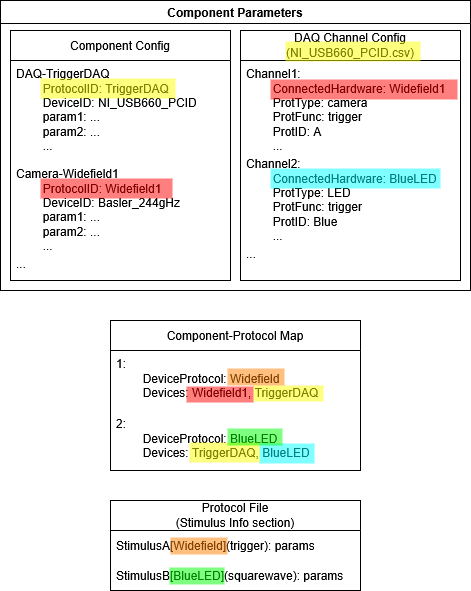
Above: .wiki_resources/diagrams/config_struct.png in DavidLucha/StimControl (draw.io), before the change. Source tidied: cells renumbered, new cells last; positions are measured from the earlier drawing's top-left corner, leaving out a move shared by most shapes. Its diagram source:
```xml
<mxGraphModel>
  <root>
    <mxCell id="0" />
    <mxCell id="1" parent="0" />
    <mxCell id="2" value="Component-Protocol Map" style="swimlane;fontStyle=0;horizontal=1;startSize=30;whiteSpace=wrap;html=1;" parent="1" vertex="1">
      <mxGeometry x="110" y="320" width="250" height="150" as="geometry" />
    </mxCell>
    <mxCell id="3" value="&lt;div&gt;1:&amp;nbsp;&lt;/div&gt;&lt;div&gt;&lt;span style=&quot;white-space: pre;&quot;&gt;&#9;&lt;/span&gt;DeviceProtocol: Widefield&lt;br&gt;&lt;span style=&quot;white-space: pre;&quot;&gt;&#9;&lt;/span&gt;Devices: Widefield1, TriggerDAQ&lt;/div&gt;" style="text;strokeColor=none;fillColor=none;align=left;verticalAlign=top;spacingLeft=4;spacingRight=4;overflow=hidden;whiteSpace=wrap;html=1;" parent="2" vertex="1">
      <mxGeometry y="30" width="250" height="60" as="geometry" />
    </mxCell>
    <mxCell id="4" value="&lt;div&gt;2:&amp;nbsp;&lt;/div&gt;&lt;div&gt;&lt;span style=&quot;white-space: pre;&quot;&gt;&#9;&lt;/span&gt;DeviceProtocol: BlueLED&lt;br&gt;&lt;span style=&quot;white-space: pre;&quot;&gt;&#9;&lt;/span&gt;Devices: TriggerDAQ, BlueLED&lt;/div&gt;" style="text;strokeColor=none;fillColor=none;align=left;verticalAlign=top;spacingLeft=4;spacingRight=4;overflow=hidden;whiteSpace=wrap;html=1;" parent="2" vertex="1">
      <mxGeometry y="90" width="250" height="60" as="geometry" />
    </mxCell>
    <mxCell id="5" value="Component Parameters" style="swimlane;whiteSpace=wrap;html=1;" parent="1" vertex="1">
      <mxGeometry width="470" height="290" as="geometry" />
    </mxCell>
    <mxCell id="6" value="&lt;div&gt;DAQ Channel Config&lt;/div&gt;&lt;div&gt;(NI_USB660_PCID.csv)&lt;/div&gt;" style="swimlane;fontStyle=0;horizontal=1;startSize=30;whiteSpace=wrap;html=1;" parent="5" vertex="1">
      <mxGeometry x="240" y="30" width="220" height="250" as="geometry" />
    </mxCell>
    <mxCell id="7" value="&lt;div&gt;Channel1:&amp;nbsp;&lt;/div&gt;&lt;div&gt;&lt;span style=&quot;white-space: pre;&quot;&gt;&#9;ConnectedHardware: Widefield1&lt;/span&gt;&lt;/div&gt;&lt;div&gt;&lt;span style=&quot;white-space: pre;&quot;&gt;&lt;span style=&quot;white-space: pre;&quot;&gt;&#9;ProtType: camera&lt;/span&gt;&lt;/span&gt;&lt;/div&gt;&lt;div&gt;&lt;span style=&quot;white-space: pre;&quot;&gt;&lt;span style=&quot;white-space: pre;&quot;&gt;&lt;span style=&quot;white-space: pre;&quot;&gt;&#9;&lt;/span&gt;ProtFunc: trigger&lt;/span&gt;&lt;/span&gt;&lt;/div&gt;&lt;div&gt;&lt;span style=&quot;white-space: pre;&quot;&gt;&lt;span style=&quot;white-space: pre;&quot;&gt;&lt;span style=&quot;white-space: pre;&quot;&gt;&#9;&lt;/span&gt;ProtID: A&lt;/span&gt;&lt;/span&gt;&lt;/div&gt;&lt;div&gt;&lt;span style=&quot;white-space: pre;&quot;&gt;&lt;span style=&quot;white-space: pre;&quot;&gt;&lt;span style=&quot;white-space: pre;&quot;&gt;&#9;...&lt;/span&gt;&lt;/span&gt;&lt;/span&gt;&lt;/div&gt;" style="text;strokeColor=none;fillColor=none;align=left;verticalAlign=top;spacingLeft=4;spacingRight=4;overflow=hidden;whiteSpace=wrap;html=1;" parent="6" vertex="1">
      <mxGeometry y="30" width="220" height="90" as="geometry" />
    </mxCell>
    <mxCell id="8" value="&lt;div&gt;Channel2:&amp;nbsp;&lt;/div&gt;&lt;div&gt;&lt;span style=&quot;white-space: pre;&quot;&gt;&#9;&lt;/span&gt;ConnectedHardware: BlueLED&lt;div&gt;&lt;span style=&quot;white-space: pre;&quot;&gt;&lt;span style=&quot;white-space: pre;&quot;&gt;&#9;ProtType: LED&lt;/span&gt;&lt;/span&gt;&lt;/div&gt;&lt;div&gt;&lt;span style=&quot;white-space: pre;&quot;&gt;&lt;span style=&quot;white-space: pre;&quot;&gt;&lt;span style=&quot;white-space: pre;&quot;&gt;&#9;&lt;/span&gt;ProtFunc: trigger&lt;/span&gt;&lt;/span&gt;&lt;/div&gt;&lt;div&gt;&lt;span style=&quot;white-space: pre;&quot;&gt;&lt;span style=&quot;white-space: pre;&quot;&gt;&lt;span style=&quot;white-space: pre;&quot;&gt;&#9;&lt;/span&gt;ProtID: Blue&lt;/span&gt;&lt;/span&gt;&lt;/div&gt;&lt;div&gt;&lt;span style=&quot;white-space: pre;&quot;&gt;&lt;span style=&quot;white-space: pre;&quot;&gt;&lt;span style=&quot;white-space: pre;&quot;&gt;&#9;&lt;/span&gt;...&lt;/span&gt;&lt;/span&gt;&lt;/div&gt;&lt;/div&gt;&lt;div&gt;&lt;br&gt;&lt;br&gt;&lt;/div&gt;" style="text;strokeColor=none;fillColor=none;align=left;verticalAlign=top;spacingLeft=4;spacingRight=4;overflow=hidden;whiteSpace=wrap;html=1;" parent="6" vertex="1">
      <mxGeometry y="120" width="220" height="90" as="geometry" />
    </mxCell>
    <mxCell id="9" value="&lt;div&gt;...&lt;/div&gt;&lt;div&gt;&lt;br&gt;&lt;/div&gt;" style="text;strokeColor=none;fillColor=none;align=left;verticalAlign=top;spacingLeft=4;spacingRight=4;overflow=hidden;whiteSpace=wrap;html=1;" parent="6" vertex="1">
      <mxGeometry y="210" width="220" height="40" as="geometry" />
    </mxCell>
    <mxCell id="10" value="Component Config" style="swimlane;fontStyle=0;horizontal=1;startSize=30;whiteSpace=wrap;html=1;" parent="5" vertex="1">
      <mxGeometry x="10" y="30" width="220" height="250" as="geometry" />
    </mxCell>
    <mxCell id="11" value="&lt;div&gt;DAQ-TriggerDAQ&lt;/div&gt;&lt;div&gt;&lt;span style=&quot;white-space: pre;&quot;&gt;&#9;&lt;/span&gt;ProtocolID: TriggerDAQ&lt;/div&gt;&lt;div&gt;&lt;span style=&quot;white-space: pre;&quot;&gt;&#9;&lt;/span&gt;DeviceID: NI_USB660_PCID&lt;/div&gt;&lt;div&gt;&lt;span style=&quot;white-space: pre;&quot;&gt;&#9;param1: ...&lt;/span&gt;&lt;/div&gt;&lt;div&gt;&lt;span style=&quot;white-space: pre;&quot;&gt;&#9;&lt;/span&gt;param2: ...&lt;/div&gt;&lt;div&gt;&lt;span style=&quot;white-space: pre;&quot;&gt;&#9;&lt;/span&gt;...&lt;/div&gt;" style="text;strokeColor=none;fillColor=none;align=left;verticalAlign=top;spacingLeft=4;spacingRight=4;overflow=hidden;whiteSpace=wrap;html=1;" parent="10" vertex="1">
      <mxGeometry y="30" width="220" height="100" as="geometry" />
    </mxCell>
    <mxCell id="12" value="Camera-Widefield1&lt;div&gt;&lt;span style=&quot;white-space: pre;&quot;&gt;&#9;&lt;/span&gt;ProtocolID: Widefield1&lt;/div&gt;&lt;div&gt;&lt;span style=&quot;white-space: pre;&quot;&gt;&#9;&lt;/span&gt;DeviceID: Basler_244gHz&lt;div&gt;&lt;span style=&quot;white-space: pre;&quot;&gt;&#9;param1: ...&lt;/span&gt;&lt;/div&gt;&lt;div&gt;&lt;span style=&quot;white-space: pre;&quot;&gt;&#9;&lt;/span&gt;param2: ...&lt;/div&gt;&lt;div&gt;&lt;span style=&quot;white-space: pre;&quot;&gt;&#9;&lt;/span&gt;...&lt;/div&gt;&lt;/div&gt;" style="text;strokeColor=none;fillColor=none;align=left;verticalAlign=top;spacingLeft=4;spacingRight=4;overflow=hidden;whiteSpace=wrap;html=1;" parent="10" vertex="1">
      <mxGeometry y="130" width="220" height="90" as="geometry" />
    </mxCell>
    <mxCell id="13" value="&lt;div&gt;...&lt;/div&gt;&lt;div&gt;&lt;br&gt;&lt;/div&gt;" style="text;strokeColor=none;fillColor=none;align=left;verticalAlign=top;spacingLeft=4;spacingRight=4;overflow=hidden;whiteSpace=wrap;html=1;" parent="10" vertex="1">
      <mxGeometry y="220" width="220" height="30" as="geometry" />
    </mxCell>
    <mxCell id="14" value="&lt;div&gt;Protocol File&lt;/div&gt;&lt;div&gt;(Stimulus Info section)&lt;/div&gt;" style="swimlane;fontStyle=0;horizontal=1;startSize=30;whiteSpace=wrap;html=1;" parent="1" vertex="1">
      <mxGeometry x="110" y="500" width="250" height="90" as="geometry" />
    </mxCell>
    <mxCell id="15" value="StimulusA[Widefield](trigger): params" style="text;strokeColor=none;fillColor=none;align=left;verticalAlign=middle;spacingLeft=4;spacingRight=4;overflow=hidden;whiteSpace=wrap;html=1;" parent="14" vertex="1">
      <mxGeometry y="30" width="250" height="30" as="geometry" />
    </mxCell>
    <mxCell id="16" value="StimulusB[BlueLED](squarewave): params" style="text;strokeColor=none;fillColor=none;align=left;verticalAlign=middle;spacingLeft=4;spacingRight=4;overflow=hidden;whiteSpace=wrap;html=1;" parent="14" vertex="1">
      <mxGeometry y="60" width="250" height="30" as="geometry" />
    </mxCell>
    <mxCell id="17" style="rounded=0;whiteSpace=wrap;html=1;fillColor=light-dark(#ffff00, #543300);strokeColor=none;strokeWidth=3;opacity=50;" parent="1" vertex="1">
      <mxGeometry x="40" y="78" width="135" height="20" as="geometry" />
    </mxCell>
    <mxCell id="18" style="rounded=0;whiteSpace=wrap;html=1;fillColor=light-dark(#ffff00, #543300);strokeColor=none;strokeWidth=1;opacity=50;" parent="1" vertex="1">
      <mxGeometry x="253" y="385" width="70" height="16" as="geometry" />
    </mxCell>
    <mxCell id="19" style="rounded=0;whiteSpace=wrap;html=1;fillColor=light-dark(#ffff00, #543300);strokeColor=none;strokeWidth=1;opacity=50;" parent="1" vertex="1">
      <mxGeometry x="285" y="41" width="135" height="20" as="geometry" />
    </mxCell>
    <mxCell id="20" style="rounded=0;whiteSpace=wrap;html=1;fillColor=light-dark(#ff0000, #3a756b);strokeColor=none;strokeWidth=3;opacity=50;" parent="1" vertex="1">
      <mxGeometry x="40" y="178" width="132" height="20" as="geometry" />
    </mxCell>
    <mxCell id="21" style="rounded=0;whiteSpace=wrap;html=1;fillColor=light-dark(#ff0000, #3a756b);strokeColor=none;strokeWidth=3;opacity=50;" parent="1" vertex="1">
      <mxGeometry x="270" y="79" width="187" height="20" as="geometry" />
    </mxCell>
    <mxCell id="22" style="rounded=0;whiteSpace=wrap;html=1;fillColor=light-dark(#00ffff, #543300);strokeColor=none;strokeWidth=1;opacity=50;" parent="1" vertex="1">
      <mxGeometry x="270" y="168" width="170" height="20" as="geometry" />
    </mxCell>
    <mxCell id="23" style="rounded=0;whiteSpace=wrap;html=1;fillColor=light-dark(#ff8000, #543300);strokeColor=none;strokeWidth=1;opacity=50;" parent="1" vertex="1">
      <mxGeometry x="227" y="368" width="57" height="17" as="geometry" />
    </mxCell>
    <mxCell id="24" style="rounded=0;whiteSpace=wrap;html=1;fillColor=light-dark(#ff0000, #543300);strokeColor=none;strokeWidth=1;opacity=50;" parent="1" vertex="1">
      <mxGeometry x="186" y="386" width="67" height="16" as="geometry" />
    </mxCell>
    <mxCell id="25" style="rounded=0;whiteSpace=wrap;html=1;fillColor=light-dark(#00ffff, #543300);strokeColor=none;strokeWidth=1;opacity=50;" parent="1" vertex="1">
      <mxGeometry x="259" y="443" width="55" height="20" as="geometry" />
    </mxCell>
    <mxCell id="26" style="rounded=0;whiteSpace=wrap;html=1;fillColor=light-dark(#ffff00, #543300);strokeColor=none;strokeWidth=3;opacity=50;" parent="1" vertex="1">
      <mxGeometry x="189" y="442" width="70" height="20" as="geometry" />
    </mxCell>
    <mxCell id="27" style="rounded=0;whiteSpace=wrap;html=1;fillColor=light-dark(#ff8000, #543300);strokeColor=none;strokeWidth=1;opacity=50;" parent="1" vertex="1">
      <mxGeometry x="170" y="537" width="57" height="17" as="geometry" />
    </mxCell>
    <mxCell id="28" style="rounded=0;whiteSpace=wrap;html=1;fillColor=light-dark(#00ff00, #543300);strokeColor=none;strokeWidth=1;opacity=50;" parent="1" vertex="1">
      <mxGeometry x="227" y="428" width="55" height="17" as="geometry" />
    </mxCell>
    <mxCell id="29" style="rounded=0;whiteSpace=wrap;html=1;fillColor=light-dark(#00ff00, #543300);strokeColor=none;strokeWidth=1;opacity=50;" parent="1" vertex="1">
      <mxGeometry x="169" y="567" width="55" height="17" as="geometry" />
    </mxCell>
  </root>
</mxGraphModel>
```
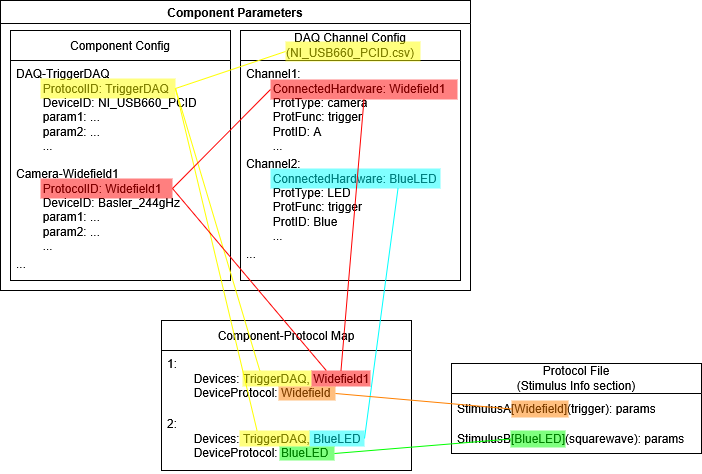
After the change.

Commit message:
Update config data structs, begin implementing classes for modular trial generation

What changed in the source:
```diff
@@ -3,16 +3,16 @@
     <mxCell id="0" />
     <mxCell id="1" parent="0" />
     <mxCell id="2" value="Component-Protocol Map" style="swimlane;fontStyle=0;horizontal=1;startSize=30;whiteSpace=wrap;html=1;" parent="1" vertex="1">
-      <mxGeometry x="110" y="320" width="250" height="150" as="geometry" />
+      <mxGeometry x="150" y="90" width="250" height="150" as="geometry" />
     </mxCell>
-    <mxCell id="3" value="&lt;div&gt;1:&amp;nbsp;&lt;/div&gt;&lt;div&gt;&lt;span style=&quot;white-space: pre;&quot;&gt;&#9;&lt;/span&gt;DeviceProtocol: Widefield&lt;br&gt;&lt;span style=&quot;white-space: pre;&quot;&gt;&#9;&lt;/span&gt;Devices: Widefield1, TriggerDAQ&lt;/div&gt;" style="text;strokeColor=none;fillColor=none;align=left;verticalAlign=top;spacingLeft=4;spacingRight=4;overflow=hidden;whiteSpace=wrap;html=1;" parent="2" vertex="1">
+    <mxCell id="3" value="&lt;div&gt;1:&amp;nbsp;&lt;br&gt;&lt;span style=&quot;white-space: pre;&quot;&gt;&#9;&lt;/span&gt;Devices: TriggerDAQ, Widefield1&lt;/div&gt;&lt;div&gt;&lt;span style=&quot;white-space: pre;&quot;&gt;&#9;&lt;/span&gt;&lt;span style=&quot;white-space: pre;&quot;&gt;&lt;/span&gt;DeviceProtocol: Widefield&lt;/div&gt;" style="text;strokeColor=none;fillColor=none;align=left;verticalAlign=top;spacingLeft=4;spacingRight=4;overflow=hidden;whiteSpace=wrap;html=1;" parent="2" vertex="1">
       <mxGeometry y="30" width="250" height="60" as="geometry" />
     </mxCell>
-    <mxCell id="4" value="&lt;div&gt;2:&amp;nbsp;&lt;/div&gt;&lt;div&gt;&lt;span style=&quot;white-space: pre;&quot;&gt;&#9;&lt;/span&gt;DeviceProtocol: BlueLED&lt;br&gt;&lt;span style=&quot;white-space: pre;&quot;&gt;&#9;&lt;/span&gt;Devices: TriggerDAQ, BlueLED&lt;/div&gt;" style="text;strokeColor=none;fillColor=none;align=left;verticalAlign=top;spacingLeft=4;spacingRight=4;overflow=hidden;whiteSpace=wrap;html=1;" parent="2" vertex="1">
+    <mxCell id="4" value="&lt;div&gt;2:&amp;nbsp;&lt;br&gt;&lt;span style=&quot;white-space: pre;&quot;&gt;&#9;&lt;/span&gt;Devices: TriggerDAQ, BlueLED&lt;/div&gt;&lt;div&gt;&lt;span style=&quot;white-space: pre;&quot;&gt;&#9;&lt;/span&gt;DeviceProtocol: BlueLED&lt;/div&gt;" style="text;strokeColor=none;fillColor=none;align=left;verticalAlign=top;spacingLeft=4;spacingRight=4;overflow=hidden;whiteSpace=wrap;html=1;" parent="2" vertex="1">
       <mxGeometry y="90" width="250" height="60" as="geometry" />
     </mxCell>
     <mxCell id="5" value="Component Parameters" style="swimlane;whiteSpace=wrap;html=1;" parent="1" vertex="1">
-      <mxGeometry width="470" height="290" as="geometry" />
+      <mxGeometry x="-11" y="-230" width="470" height="290" as="geometry" />
     </mxCell>
     <mxCell id="6" value="&lt;div&gt;DAQ Channel Config&lt;/div&gt;&lt;div&gt;(NI_USB660_PCID.csv)&lt;/div&gt;" style="swimlane;fontStyle=0;horizontal=1;startSize=30;whiteSpace=wrap;html=1;" parent="5" vertex="1">
       <mxGeometry x="240" y="30" width="220" height="250" as="geometry" />
@@ -39,7 +39,7 @@
       <mxGeometry y="220" width="220" height="30" as="geometry" />
     </mxCell>
     <mxCell id="14" value="&lt;div&gt;Protocol File&lt;/div&gt;&lt;div&gt;(Stimulus Info section)&lt;/div&gt;" style="swimlane;fontStyle=0;horizontal=1;startSize=30;whiteSpace=wrap;html=1;" parent="1" vertex="1">
-      <mxGeometry x="110" y="500" width="250" height="90" as="geometry" />
+      <mxGeometry x="440" y="133" width="250" height="90" as="geometry" />
     </mxCell>
     <mxCell id="15" value="StimulusA[Widefield](trigger): params" style="text;strokeColor=none;fillColor=none;align=left;verticalAlign=middle;spacingLeft=4;spacingRight=4;overflow=hidden;whiteSpace=wrap;html=1;" parent="14" vertex="1">
       <mxGeometry y="30" width="250" height="30" as="geometry" />
@@ -47,44 +47,74 @@
     <mxCell id="16" value="StimulusB[BlueLED](squarewave): params" style="text;strokeColor=none;fillColor=none;align=left;verticalAlign=middle;spacingLeft=4;spacingRight=4;overflow=hidden;whiteSpace=wrap;html=1;" parent="14" vertex="1">
       <mxGeometry y="60" width="250" height="30" as="geometry" />
     </mxCell>
+    <mxCell id="30" style="rounded=0;jettySize=auto;html=1;exitX=1;exitY=0.5;exitDx=0;exitDy=0;entryX=0;entryY=0.5;entryDx=0;entryDy=0;endArrow=none;endFill=0;strokeColor=light-dark(#ffff00, #ededed);" parent="1" edge="1" source="17" target="19">
+      <mxGeometry relative="1" as="geometry" />
+    </mxCell>
+    <mxCell id="31" style="rounded=0;jettySize=auto;html=1;exitX=1;exitY=0.5;exitDx=0;exitDy=0;endArrow=none;endFill=0;strokeColor=light-dark(#ffff00, #ededed);entryX=0.25;entryY=0;entryDx=0;entryDy=0;" parent="1" edge="1" source="17" target="18">
+      <mxGeometry relative="1" as="geometry" />
+    </mxCell>
+    <mxCell id="32" style="rounded=0;jettySize=auto;html=1;exitX=1;exitY=0.5;exitDx=0;exitDy=0;entryX=0.25;entryY=0;entryDx=0;entryDy=0;endArrow=none;endFill=0;strokeColor=light-dark(#ffff00, #ededed);" parent="1" edge="1" source="17" target="26">
+      <mxGeometry relative="1" as="geometry" />
+    </mxCell>
     <mxCell id="17" style="rounded=0;whiteSpace=wrap;html=1;fillColor=light-dark(#ffff00, #543300);strokeColor=none;strokeWidth=3;opacity=50;" parent="1" vertex="1">
-      <mxGeometry x="40" y="78" width="135" height="20" as="geometry" />
+      <mxGeometry x="29" y="-152" width="135" height="20" as="geometry" />
     </mxCell>
     <mxCell id="18" style="rounded=0;whiteSpace=wrap;html=1;fillColor=light-dark(#ffff00, #543300);strokeColor=none;strokeWidth=1;opacity=50;" parent="1" vertex="1">
-      <mxGeometry x="253" y="385" width="70" height="16" as="geometry" />
+      <mxGeometry x="231" y="140" width="69" height="16" as="geometry" />
     </mxCell>
     <mxCell id="19" style="rounded=0;whiteSpace=wrap;html=1;fillColor=light-dark(#ffff00, #543300);strokeColor=none;strokeWidth=1;opacity=50;" parent="1" vertex="1">
-      <mxGeometry x="285" y="41" width="135" height="20" as="geometry" />
+      <mxGeometry x="274" y="-189" width="135" height="20" as="geometry" />
     </mxCell>
     <mxCell id="20" style="rounded=0;whiteSpace=wrap;html=1;fillColor=light-dark(#ff0000, #3a756b);strokeColor=none;strokeWidth=3;opacity=50;" parent="1" vertex="1">
-      <mxGeometry x="40" y="178" width="132" height="20" as="geometry" />
+      <mxGeometry x="29" y="-52" width="132" height="20" as="geometry" />
     </mxCell>
+    <mxCell id="33" style="rounded=0;jettySize=auto;html=1;exitX=0;exitY=0.5;exitDx=0;exitDy=0;entryX=1;entryY=0.5;entryDx=0;entryDy=0;endArrow=none;endFill=0;strokeColor=light-dark(#ff0000, #ededed);" parent="1" edge="1" source="21" target="20">
+      <mxGeometry relative="1" as="geometry" />
+    </mxCell>
     <mxCell id="21" style="rounded=0;whiteSpace=wrap;html=1;fillColor=light-dark(#ff0000, #3a756b);strokeColor=none;strokeWidth=3;opacity=50;" parent="1" vertex="1">
-      <mxGeometry x="270" y="79" width="187" height="20" as="geometry" />
+      <mxGeometry x="259" y="-151" width="187" height="20" as="geometry" />
     </mxCell>
+    <mxCell id="34" style="rounded=0;jettySize=auto;html=1;exitX=0.75;exitY=1;exitDx=0;exitDy=0;entryX=1;entryY=0.5;entryDx=0;entryDy=0;endArrow=none;endFill=0;strokeColor=light-dark(#00ffff, #ededed);" parent="1" edge="1" source="22" target="25">
+      <mxGeometry relative="1" as="geometry" />
+    </mxCell>
     <mxCell id="22" style="rounded=0;whiteSpace=wrap;html=1;fillColor=light-dark(#00ffff, #543300);strokeColor=none;strokeWidth=1;opacity=50;" parent="1" vertex="1">
-      <mxGeometry x="270" y="168" width="170" height="20" as="geometry" />
+      <mxGeometry x="259" y="-62" width="170" height="20" as="geometry" />
     </mxCell>
+    <mxCell id="35" style="rounded=0;jettySize=auto;html=1;exitX=1;exitY=0.5;exitDx=0;exitDy=0;entryX=0;entryY=0.5;entryDx=0;entryDy=0;endArrow=none;endFill=0;strokeColor=light-dark(#ff8000, #ededed);" parent="1" edge="1" source="23" target="27">
+      <mxGeometry relative="1" as="geometry" />
+    </mxCell>
     <mxCell id="23" style="rounded=0;whiteSpace=wrap;html=1;fillColor=light-dark(#ff8000, #543300);strokeColor=none;strokeWidth=1;opacity=50;" parent="1" vertex="1">
-      <mxGeometry x="227" y="368" width="57" height="17" as="geometry" />
+      <mxGeometry x="267" y="156" width="57" height="14" as="geometry" />
     </mxCell>
+    <mxCell id="36" style="rounded=0;jettySize=auto;html=1;exitX=0.25;exitY=0;exitDx=0;exitDy=0;entryX=1;entryY=0.5;entryDx=0;entryDy=0;endArrow=none;endFill=0;strokeColor=light-dark(#ff0000, #ededed);" parent="1" edge="1" source="24" target="20">
+      <mxGeometry relative="1" as="geometry" />
+    </mxCell>
+    <mxCell id="37" style="rounded=0;jettySize=auto;html=1;exitX=0.5;exitY=0;exitDx=0;exitDy=0;entryX=0.5;entryY=1;entryDx=0;entryDy=0;endArrow=none;endFill=0;strokeColor=light-dark(#ff0000, #ededed);" parent="1" edge="1" source="24" target="21">
+      <mxGeometry relative="1" as="geometry" />
+    </mxCell>
     <mxCell id="24" style="rounded=0;whiteSpace=wrap;html=1;fillColor=light-dark(#ff0000, #543300);strokeColor=none;strokeWidth=1;opacity=50;" parent="1" vertex="1">
-      <mxGeometry x="186" y="386" width="67" height="16" as="geometry" />
+      <mxGeometry x="300" y="140" width="59" height="16" as="geometry" />
     </mxCell>
     <mxCell id="25" style="rounded=0;whiteSpace=wrap;html=1;fillColor=light-dark(#00ffff, #543300);strokeColor=none;strokeWidth=1;opacity=50;" parent="1" vertex="1">
-      <mxGeometry x="259" y="443" width="55" height="20" as="geometry" />
+      <mxGeometry x="298" y="200" width="55" height="16" as="geometry" />
     </mxCell>
     <mxCell id="26" style="rounded=0;whiteSpace=wrap;html=1;fillColor=light-dark(#ffff00, #543300);strokeColor=none;strokeWidth=3;opacity=50;" parent="1" vertex="1">
-      <mxGeometry x="189" y="442" width="70" height="20" as="geometry" />
+      <mxGeometry x="228" y="200" width="70" height="16" as="geometry" />
     </mxCell>
     <mxCell id="27" style="rounded=0;whiteSpace=wrap;html=1;fillColor=light-dark(#ff8000, #543300);strokeColor=none;strokeWidth=1;opacity=50;" parent="1" vertex="1">
-      <mxGeometry x="170" y="537" width="57" height="17" as="geometry" />
+      <mxGeometry x="500" y="170" width="57" height="17" as="geometry" />
     </mxCell>
+    <mxCell id="38" style="rounded=0;jettySize=auto;html=1;exitX=1;exitY=0.5;exitDx=0;exitDy=0;entryX=0;entryY=0.5;entryDx=0;entryDy=0;endArrow=none;endFill=0;strokeColor=light-dark(#00ff00, #ededed);" parent="1" edge="1" source="28" target="29">
+      <mxGeometry relative="1" as="geometry" />
+    </mxCell>
     <mxCell id="28" style="rounded=0;whiteSpace=wrap;html=1;fillColor=light-dark(#00ff00, #543300);strokeColor=none;strokeWidth=1;opacity=50;" parent="1" vertex="1">
-      <mxGeometry x="227" y="428" width="55" height="17" as="geometry" />
+      <mxGeometry x="268" y="216" width="55" height="14" as="geometry" />
     </mxCell>
     <mxCell id="29" style="rounded=0;whiteSpace=wrap;html=1;fillColor=light-dark(#00ff00, #543300);strokeColor=none;strokeWidth=1;opacity=50;" parent="1" vertex="1">
-      <mxGeometry x="169" y="567" width="55" height="17" as="geometry" />
+      <mxGeometry x="499" y="200" width="55" height="17" as="geometry" />
     </mxCell>
+    <mxCell id="39" style="edgeStyle=orthogonalEdgeStyle;rounded=0;orthogonalLoop=1;jettySize=auto;html=1;exitX=0.5;exitY=1;exitDx=0;exitDy=0;" parent="1" edge="1" source="22" target="22">
+      <mxGeometry relative="1" as="geometry" />
+    </mxCell>
   </root>
 </mxGraphModel>
```
